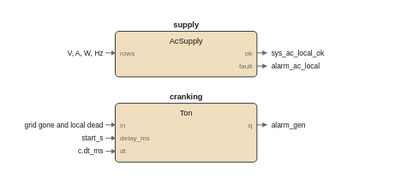
Earlier version of the draw.io export images/logic/ac_local_watch_fbd.drawio.svg (pstch/botanik2). Source tidied: cells renumbered, new cells last; positions are measured from the earlier drawing's top-left corner, leaving out a move shared by most shapes.
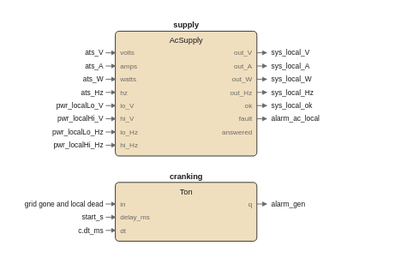
The same file after the commit.

Commit message:
logic report: AcSupply has eight inputs, not one called 'rows'

What changed in the source:
```diff
@@ -3,7 +3,7 @@
     <mxCell id="0" />
     <mxCell id="1" parent="0" />
     <mxCell id="2" style="rounded=1;fillColor=#f0dfbe;strokeColor=#1a1a1a;whiteSpace=wrap;html=1;fontSize=8;" parent="1" vertex="1">
-      <mxGeometry x="10" y="10" width="118" height="38" as="geometry" />
+      <mxGeometry x="10" y="10" width="118" height="104" as="geometry" />
     </mxCell>
     <mxCell id="3" value="supply" style="text;html=1;fontSize=6;fontColor=#1a1a1a;align=center;fontStyle=1;" parent="1" vertex="1">
       <mxGeometry x="69" y="0.4" width="40" height="10.6" as="geometry" />
@@ -11,98 +11,233 @@
     <mxCell id="4" value="AcSupply" style="text;html=1;fontSize=6;fontColor=#1a1a1a;align=center;" parent="1" vertex="1">
       <mxGeometry x="69" y="13.4" width="40" height="10.6" as="geometry" />
     </mxCell>
-    <mxCell id="5" value="rows" style="text;html=1;fontSize=5;fontColor=#6b6b6b;align=left;" parent="1" vertex="1">
+    <mxCell id="5" value="volts" style="text;html=1;fontSize=5;fontColor=#6b6b6b;align=left;" parent="1" vertex="1">
       <mxGeometry x="14" y="24.2" width="40" height="9.8" as="geometry" />
     </mxCell>
-    <mxCell id="6" value="ok" style="text;html=1;fontSize=5;fontColor=#6b6b6b;align=left;" parent="1" vertex="1">
-      <mxGeometry x="124" y="24.2" width="40" height="9.8" as="geometry" />
+    <mxCell id="6" value="amps" style="text;html=1;fontSize=5;fontColor=#6b6b6b;align=left;" parent="1" vertex="1">
+      <mxGeometry x="14" y="35.2" width="40" height="9.8" as="geometry" />
     </mxCell>
-    <mxCell id="7" value="fault" style="text;html=1;fontSize=5;fontColor=#6b6b6b;align=left;" parent="1" vertex="1">
-      <mxGeometry x="124" y="35.2" width="40" height="9.8" as="geometry" />
+    <mxCell id="7" value="watts" style="text;html=1;fontSize=5;fontColor=#6b6b6b;align=left;" parent="1" vertex="1">
+      <mxGeometry x="14" y="46.2" width="40" height="9.8" as="geometry" />
     </mxCell>
-    <mxCell id="8" style="rounded=1;fillColor=#f0dfbe;strokeColor=#1a1a1a;whiteSpace=wrap;html=1;fontSize=8;" parent="1" vertex="1">
-      <mxGeometry x="10" y="70" width="118" height="49" as="geometry" />
+    <mxCell id="8" value="hz" style="text;html=1;fontSize=5;fontColor=#6b6b6b;align=left;" parent="1" vertex="1">
+      <mxGeometry x="14" y="57.2" width="40" height="9.8" as="geometry" />
     </mxCell>
-    <mxCell id="9" value="cranking" style="text;html=1;fontSize=6;fontColor=#1a1a1a;align=center;fontStyle=1;" parent="1" vertex="1">
-      <mxGeometry x="69" y="60.4" width="40" height="10.6" as="geometry" />
+    <mxCell id="9" value="lo_V" style="text;html=1;fontSize=5;fontColor=#6b6b6b;align=left;" parent="1" vertex="1">
+      <mxGeometry x="14" y="68.2" width="40" height="9.8" as="geometry" />
     </mxCell>
-    <mxCell id="10" value="Ton" style="text;html=1;fontSize=6;fontColor=#1a1a1a;align=center;" parent="1" vertex="1">
-      <mxGeometry x="69" y="73.4" width="40" height="10.6" as="geometry" />
+    <mxCell id="10" value="hi_V" style="text;html=1;fontSize=5;fontColor=#6b6b6b;align=left;" parent="1" vertex="1">
+      <mxGeometry x="14" y="79.2" width="40" height="9.8" as="geometry" />
     </mxCell>
-    <mxCell id="11" value="in" style="text;html=1;fontSize=5;fontColor=#6b6b6b;align=left;" parent="1" vertex="1">
-      <mxGeometry x="14" y="84.2" width="40" height="9.8" as="geometry" />
+    <mxCell id="11" value="lo_Hz" style="text;html=1;fontSize=5;fontColor=#6b6b6b;align=left;" parent="1" vertex="1">
+      <mxGeometry x="14" y="90.2" width="40" height="9.8" as="geometry" />
     </mxCell>
-    <mxCell id="12" value="delay_ms" style="text;html=1;fontSize=5;fontColor=#6b6b6b;align=left;" parent="1" vertex="1">
-      <mxGeometry x="14" y="95.2" width="40" height="9.8" as="geometry" />
+    <mxCell id="12" value="hi_Hz" style="text;html=1;fontSize=5;fontColor=#6b6b6b;align=left;" parent="1" vertex="1">
+      <mxGeometry x="14" y="101.2" width="40" height="9.8" as="geometry" />
     </mxCell>
-    <mxCell id="13" value="dt" style="text;html=1;fontSize=5;fontColor=#6b6b6b;align=left;" parent="1" vertex="1">
-      <mxGeometry x="14" y="106.2" width="40" height="9.8" as="geometry" />
+    <mxCell id="13" value="out_V" style="text;html=1;fontSize=5;fontColor=#6b6b6b;align=left;" parent="1" vertex="1">
+      <mxGeometry x="124" y="24.2" width="40" height="9.8" as="geometry" />
     </mxCell>
-    <mxCell id="14" value="q" style="text;html=1;fontSize=5;fontColor=#6b6b6b;align=left;" parent="1" vertex="1">
-      <mxGeometry x="124" y="84.2" width="40" height="9.8" as="geometry" />
+    <mxCell id="14" value="out_A" style="text;html=1;fontSize=5;fontColor=#6b6b6b;align=left;" parent="1" vertex="1">
+      <mxGeometry x="124" y="35.2" width="40" height="9.8" as="geometry" />
     </mxCell>
-    <mxCell id="15" value="V, A, W, Hz" style="text;html=1;fontSize=6;fontColor=#1a1a1a;align=left;" parent="1" vertex="1">
-      <mxGeometry y="24" width="55" height="10" as="geometry" />
+    <mxCell id="15" value="out_W" style="text;html=1;fontSize=5;fontColor=#6b6b6b;align=left;" parent="1" vertex="1">
+      <mxGeometry x="124" y="46.2" width="40" height="9.8" as="geometry" />
     </mxCell>
-    <mxCell id="16" style="edgeStyle=none;html=1;strokeColor=#6b6b6b;endArrow=block;" parent="1" edge="1">
-      <mxGeometry relative="1" as="geometry">
-        <mxPoint x="2" y="28" as="sourcePoint" />
-        <mxPoint x="10" y="28" as="targetPoint" />
-      </mxGeometry>
-    </mxCell>
+    <mxCell id="29" value="out_Hz" style="text;html=1;fontSize=5;fontColor=#6b6b6b;align=left;" parent="1" vertex="1">
+      <mxGeometry x="124" y="57.2" width="40" height="9.8" as="geometry" />
+    </mxCell>
-    <mxCell id="17" value="grid gone and local dead" style="text;html=1;fontSize=6;fontColor=#1a1a1a;align=left;" parent="1" vertex="1">
-      <mxGeometry y="84" width="120" height="10" as="geometry" />
+    <mxCell id="17" value="ok" style="text;html=1;fontSize=5;fontColor=#6b6b6b;align=left;" parent="1" vertex="1">
+      <mxGeometry x="124" y="68.2" width="40" height="9.8" as="geometry" />
     </mxCell>
-    <mxCell id="18" style="edgeStyle=none;html=1;strokeColor=#6b6b6b;endArrow=block;" parent="1" edge="1">
-      <mxGeometry relative="1" as="geometry">
-        <mxPoint x="2" y="88" as="sourcePoint" />
-        <mxPoint x="10" y="88" as="targetPoint" />
-      </mxGeometry>
-    </mxCell>
+    <mxCell id="30" value="fault" style="text;html=1;fontSize=5;fontColor=#6b6b6b;align=left;" parent="1" vertex="1">
+      <mxGeometry x="124" y="79.2" width="40" height="9.8" as="geometry" />
+    </mxCell>
-    <mxCell id="19" value="start_s" style="text;html=1;fontSize=6;fontColor=#1a1a1a;align=left;" parent="1" vertex="1">
-      <mxGeometry y="95" width="40" height="10" as="geometry" />
+    <mxCell id="19" value="answered" style="text;html=1;fontSize=5;fontColor=#6b6b6b;align=left;" parent="1" vertex="1">
+      <mxGeometry x="124" y="90.2" width="40" height="9.8" as="geometry" />
     </mxCell>
-    <mxCell id="20" style="edgeStyle=none;html=1;strokeColor=#6b6b6b;endArrow=block;" parent="1" edge="1">
-      <mxGeometry relative="1" as="geometry">
-        <mxPoint x="2" y="99" as="sourcePoint" />
-        <mxPoint x="10" y="99" as="targetPoint" />
-      </mxGeometry>
-    </mxCell>
+    <mxCell id="31" style="rounded=1;fillColor=#f0dfbe;strokeColor=#1a1a1a;whiteSpace=wrap;html=1;fontSize=8;" parent="1" vertex="1">
+      <mxGeometry x="10" y="136" width="118" height="49" as="geometry" />
+    </mxCell>
-    <mxCell id="21" value="c.dt_ms" style="text;html=1;fontSize=6;fontColor=#1a1a1a;align=left;" parent="1" vertex="1">
-      <mxGeometry y="106" width="40" height="10" as="geometry" />
+    <mxCell id="21" value="cranking" style="text;html=1;fontSize=6;fontColor=#1a1a1a;align=center;fontStyle=1;" parent="1" vertex="1">
+      <mxGeometry x="69" y="126.4" width="40" height="10.6" as="geometry" />
     </mxCell>
-    <mxCell id="22" style="edgeStyle=none;html=1;strokeColor=#6b6b6b;endArrow=block;" parent="1" edge="1">
-      <mxGeometry relative="1" as="geometry">
-        <mxPoint x="2" y="110" as="sourcePoint" />
-        <mxPoint x="10" y="110" as="targetPoint" />
-      </mxGeometry>
-    </mxCell>
-    <mxCell id="23" style="edgeStyle=none;html=1;strokeColor=#6b6b6b;endArrow=block;" parent="1" edge="1">
-      <mxGeometry relative="1" as="geometry">
-        <mxPoint x="128" y="28" as="sourcePoint" />
-        <mxPoint x="136" y="28" as="targetPoint" />
-      </mxGeometry>
-    </mxCell>
+    <mxCell id="32" value="Ton" style="text;html=1;fontSize=6;fontColor=#1a1a1a;align=center;" parent="1" vertex="1">
+      <mxGeometry x="69" y="139.4" width="40" height="10.6" as="geometry" />
+    </mxCell>
+    <mxCell id="33" value="in" style="text;html=1;fontSize=5;fontColor=#6b6b6b;align=left;" parent="1" vertex="1">
+      <mxGeometry x="14" y="150.2" width="40" height="9.8" as="geometry" />
+    </mxCell>
-    <mxCell id="24" value="sys_ac_local_ok" style="text;html=1;fontSize=6;fontColor=#1a1a1a;align=left;" parent="1" vertex="1">
-      <mxGeometry x="140" y="24" width="75" height="10" as="geometry" />
+    <mxCell id="24" value="delay_ms" style="text;html=1;fontSize=5;fontColor=#6b6b6b;align=left;" parent="1" vertex="1">
+      <mxGeometry x="14" y="161.2" width="40" height="9.8" as="geometry" />
     </mxCell>
-    <mxCell id="25" style="edgeStyle=none;html=1;strokeColor=#6b6b6b;endArrow=block;" parent="1" edge="1">
-      <mxGeometry relative="1" as="geometry">
-        <mxPoint x="128" y="39" as="sourcePoint" />
-        <mxPoint x="136" y="39" as="targetPoint" />
-      </mxGeometry>
-    </mxCell>
+    <mxCell id="34" value="dt" style="text;html=1;fontSize=5;fontColor=#6b6b6b;align=left;" parent="1" vertex="1">
+      <mxGeometry x="14" y="172.2" width="40" height="9.8" as="geometry" />
+    </mxCell>
-    <mxCell id="26" value="alarm_ac_local" style="text;html=1;fontSize=6;fontColor=#1a1a1a;align=left;" parent="1" vertex="1">
-      <mxGeometry x="140" y="35" width="70" height="10" as="geometry" />
+    <mxCell id="26" value="q" style="text;html=1;fontSize=5;fontColor=#6b6b6b;align=left;" parent="1" vertex="1">
+      <mxGeometry x="124" y="150.2" width="40" height="9.8" as="geometry" />
     </mxCell>
-    <mxCell id="27" style="edgeStyle=none;html=1;strokeColor=#6b6b6b;endArrow=block;" parent="1" edge="1">
-      <mxGeometry relative="1" as="geometry">
-        <mxPoint x="128" y="88" as="sourcePoint" />
-        <mxPoint x="136" y="88" as="targetPoint" />
-      </mxGeometry>
-    </mxCell>
+    <mxCell id="35" value="ats_V" style="text;html=1;fontSize=6;fontColor=#1a1a1a;align=left;" parent="1" vertex="1">
+      <mxGeometry y="24" width="40" height="10" as="geometry" />
+    </mxCell>
+    <mxCell id="36" style="edgeStyle=none;html=1;strokeColor=#6b6b6b;endArrow=block;" parent="1" edge="1">
+      <mxGeometry relative="1" as="geometry">
+        <mxPoint x="2" y="28" as="sourcePoint" />
+        <mxPoint x="10" y="28" as="targetPoint" />
+      </mxGeometry>
+    </mxCell>
+    <mxCell id="37" value="ats_A" style="text;html=1;fontSize=6;fontColor=#1a1a1a;align=left;" parent="1" vertex="1">
+      <mxGeometry y="35" width="40" height="10" as="geometry" />
+    </mxCell>
+    <mxCell id="38" style="edgeStyle=none;html=1;strokeColor=#6b6b6b;endArrow=block;" parent="1" edge="1">
+      <mxGeometry relative="1" as="geometry">
+        <mxPoint x="2" y="39" as="sourcePoint" />
+        <mxPoint x="10" y="39" as="targetPoint" />
+      </mxGeometry>
+    </mxCell>
+    <mxCell id="39" value="ats_W" style="text;html=1;fontSize=6;fontColor=#1a1a1a;align=left;" parent="1" vertex="1">
+      <mxGeometry y="46" width="40" height="10" as="geometry" />
+    </mxCell>
+    <mxCell id="40" style="edgeStyle=none;html=1;strokeColor=#6b6b6b;endArrow=block;" parent="1" edge="1">
+      <mxGeometry relative="1" as="geometry">
+        <mxPoint x="2" y="50" as="sourcePoint" />
+        <mxPoint x="10" y="50" as="targetPoint" />
+      </mxGeometry>
+    </mxCell>
+    <mxCell id="41" value="ats_Hz" style="text;html=1;fontSize=6;fontColor=#1a1a1a;align=left;" parent="1" vertex="1">
+      <mxGeometry y="57" width="40" height="10" as="geometry" />
+    </mxCell>
+    <mxCell id="42" style="edgeStyle=none;html=1;strokeColor=#6b6b6b;endArrow=block;" parent="1" edge="1">
+      <mxGeometry relative="1" as="geometry">
+        <mxPoint x="2" y="61" as="sourcePoint" />
+        <mxPoint x="10" y="61" as="targetPoint" />
+      </mxGeometry>
+    </mxCell>
+    <mxCell id="43" value="pwr_localLo_V" style="text;html=1;fontSize=6;fontColor=#1a1a1a;align=left;" parent="1" vertex="1">
+      <mxGeometry y="68" width="65" height="10" as="geometry" />
+    </mxCell>
+    <mxCell id="44" style="edgeStyle=none;html=1;strokeColor=#6b6b6b;endArrow=block;" parent="1" edge="1">
+      <mxGeometry relative="1" as="geometry">
+        <mxPoint x="2" y="72" as="sourcePoint" />
+        <mxPoint x="10" y="72" as="targetPoint" />
+      </mxGeometry>
+    </mxCell>
+    <mxCell id="45" value="pwr_localHi_V" style="text;html=1;fontSize=6;fontColor=#1a1a1a;align=left;" parent="1" vertex="1">
+      <mxGeometry y="79" width="65" height="10" as="geometry" />
+    </mxCell>
+    <mxCell id="46" style="edgeStyle=none;html=1;strokeColor=#6b6b6b;endArrow=block;" parent="1" edge="1">
+      <mxGeometry relative="1" as="geometry">
+        <mxPoint x="2" y="83" as="sourcePoint" />
+        <mxPoint x="10" y="83" as="targetPoint" />
+      </mxGeometry>
+    </mxCell>
+    <mxCell id="47" value="pwr_localLo_Hz" style="text;html=1;fontSize=6;fontColor=#1a1a1a;align=left;" parent="1" vertex="1">
+      <mxGeometry y="90" width="70" height="10" as="geometry" />
+    </mxCell>
+    <mxCell id="48" style="edgeStyle=none;html=1;strokeColor=#6b6b6b;endArrow=block;" parent="1" edge="1">
+      <mxGeometry relative="1" as="geometry">
+        <mxPoint x="2" y="94" as="sourcePoint" />
+        <mxPoint x="10" y="94" as="targetPoint" />
+      </mxGeometry>
+    </mxCell>
+    <mxCell id="49" value="pwr_localHi_Hz" style="text;html=1;fontSize=6;fontColor=#1a1a1a;align=left;" parent="1" vertex="1">
+      <mxGeometry y="101" width="70" height="10" as="geometry" />
+    </mxCell>
+    <mxCell id="50" style="edgeStyle=none;html=1;strokeColor=#6b6b6b;endArrow=block;" parent="1" edge="1">
+      <mxGeometry relative="1" as="geometry">
+        <mxPoint x="2" y="105" as="sourcePoint" />
+        <mxPoint x="10" y="105" as="targetPoint" />
+      </mxGeometry>
+    </mxCell>
+    <mxCell id="51" value="grid gone and local dead" style="text;html=1;fontSize=6;fontColor=#1a1a1a;align=left;" parent="1" vertex="1">
+      <mxGeometry y="150" width="120" height="10" as="geometry" />
+    </mxCell>
+    <mxCell id="52" style="edgeStyle=none;html=1;strokeColor=#6b6b6b;endArrow=block;" parent="1" edge="1">
+      <mxGeometry relative="1" as="geometry">
+        <mxPoint x="2" y="154" as="sourcePoint" />
+        <mxPoint x="10" y="154" as="targetPoint" />
+      </mxGeometry>
+    </mxCell>
+    <mxCell id="53" value="start_s" style="text;html=1;fontSize=6;fontColor=#1a1a1a;align=left;" parent="1" vertex="1">
+      <mxGeometry y="161" width="40" height="10" as="geometry" />
+    </mxCell>
+    <mxCell id="54" style="edgeStyle=none;html=1;strokeColor=#6b6b6b;endArrow=block;" parent="1" edge="1">
+      <mxGeometry relative="1" as="geometry">
+        <mxPoint x="2" y="165" as="sourcePoint" />
+        <mxPoint x="10" y="165" as="targetPoint" />
+      </mxGeometry>
+    </mxCell>
+    <mxCell id="55" value="c.dt_ms" style="text;html=1;fontSize=6;fontColor=#1a1a1a;align=left;" parent="1" vertex="1">
+      <mxGeometry y="172" width="40" height="10" as="geometry" />
+    </mxCell>
+    <mxCell id="56" style="edgeStyle=none;html=1;strokeColor=#6b6b6b;endArrow=block;" parent="1" edge="1">
+      <mxGeometry relative="1" as="geometry">
+        <mxPoint x="2" y="176" as="sourcePoint" />
+        <mxPoint x="10" y="176" as="targetPoint" />
+      </mxGeometry>
+    </mxCell>
+    <mxCell id="57" style="edgeStyle=none;html=1;strokeColor=#6b6b6b;endArrow=block;" parent="1" edge="1">
+      <mxGeometry relative="1" as="geometry">
+        <mxPoint x="128" y="28" as="sourcePoint" />
+        <mxPoint x="136" y="28" as="targetPoint" />
+      </mxGeometry>
+    </mxCell>
+    <mxCell id="58" value="sys_local_V" style="text;html=1;fontSize=6;fontColor=#1a1a1a;align=left;" parent="1" vertex="1">
+      <mxGeometry x="140" y="24" width="55" height="10" as="geometry" />
+    </mxCell>
+    <mxCell id="59" style="edgeStyle=none;html=1;strokeColor=#6b6b6b;endArrow=block;" parent="1" edge="1">
+      <mxGeometry relative="1" as="geometry">
+        <mxPoint x="128" y="39" as="sourcePoint" />
+        <mxPoint x="136" y="39" as="targetPoint" />
+      </mxGeometry>
+    </mxCell>
+    <mxCell id="60" value="sys_local_A" style="text;html=1;fontSize=6;fontColor=#1a1a1a;align=left;" parent="1" vertex="1">
+      <mxGeometry x="140" y="35" width="55" height="10" as="geometry" />
+    </mxCell>
+    <mxCell id="61" style="edgeStyle=none;html=1;strokeColor=#6b6b6b;endArrow=block;" parent="1" edge="1">
+      <mxGeometry relative="1" as="geometry">
+        <mxPoint x="128" y="50" as="sourcePoint" />
+        <mxPoint x="136" y="50" as="targetPoint" />
+      </mxGeometry>
+    </mxCell>
+    <mxCell id="62" value="sys_local_W" style="text;html=1;fontSize=6;fontColor=#1a1a1a;align=left;" parent="1" vertex="1">
+      <mxGeometry x="140" y="46" width="55" height="10" as="geometry" />
+    </mxCell>
+    <mxCell id="63" style="edgeStyle=none;html=1;strokeColor=#6b6b6b;endArrow=block;" parent="1" edge="1">
+      <mxGeometry relative="1" as="geometry">
+        <mxPoint x="128" y="61" as="sourcePoint" />
+        <mxPoint x="136" y="61" as="targetPoint" />
+      </mxGeometry>
+    </mxCell>
+    <mxCell id="64" value="sys_local_Hz" style="text;html=1;fontSize=6;fontColor=#1a1a1a;align=left;" parent="1" vertex="1">
+      <mxGeometry x="140" y="57" width="60" height="10" as="geometry" />
+    </mxCell>
+    <mxCell id="65" style="edgeStyle=none;html=1;strokeColor=#6b6b6b;endArrow=block;" parent="1" edge="1">
+      <mxGeometry relative="1" as="geometry">
+        <mxPoint x="128" y="72" as="sourcePoint" />
+        <mxPoint x="136" y="72" as="targetPoint" />
+      </mxGeometry>
+    </mxCell>
+    <mxCell id="66" value="sys_local_ok" style="text;html=1;fontSize=6;fontColor=#1a1a1a;align=left;" parent="1" vertex="1">
+      <mxGeometry x="140" y="68" width="60" height="10" as="geometry" />
+    </mxCell>
+    <mxCell id="67" style="edgeStyle=none;html=1;strokeColor=#6b6b6b;endArrow=block;" parent="1" edge="1">
+      <mxGeometry relative="1" as="geometry">
+        <mxPoint x="128" y="83" as="sourcePoint" />
+        <mxPoint x="136" y="83" as="targetPoint" />
+      </mxGeometry>
+    </mxCell>
+    <mxCell id="68" value="alarm_ac_local" style="text;html=1;fontSize=6;fontColor=#1a1a1a;align=left;" parent="1" vertex="1">
+      <mxGeometry x="140" y="79" width="70" height="10" as="geometry" />
+    </mxCell>
+    <mxCell id="69" style="edgeStyle=none;html=1;strokeColor=#6b6b6b;endArrow=block;" parent="1" edge="1">
+      <mxGeometry relative="1" as="geometry">
+        <mxPoint x="128" y="154" as="sourcePoint" />
+        <mxPoint x="136" y="154" as="targetPoint" />
+      </mxGeometry>
+    </mxCell>
     <mxCell id="28" value="alarm_gen" style="text;html=1;fontSize=6;fontColor=#1a1a1a;align=left;" parent="1" vertex="1">
-      <mxGeometry x="140" y="84" width="45" height="10" as="geometry" />
+      <mxGeometry x="140" y="150" width="45" height="10" as="geometry" />
     </mxCell>
   </root>
 </mxGraphModel>
```
